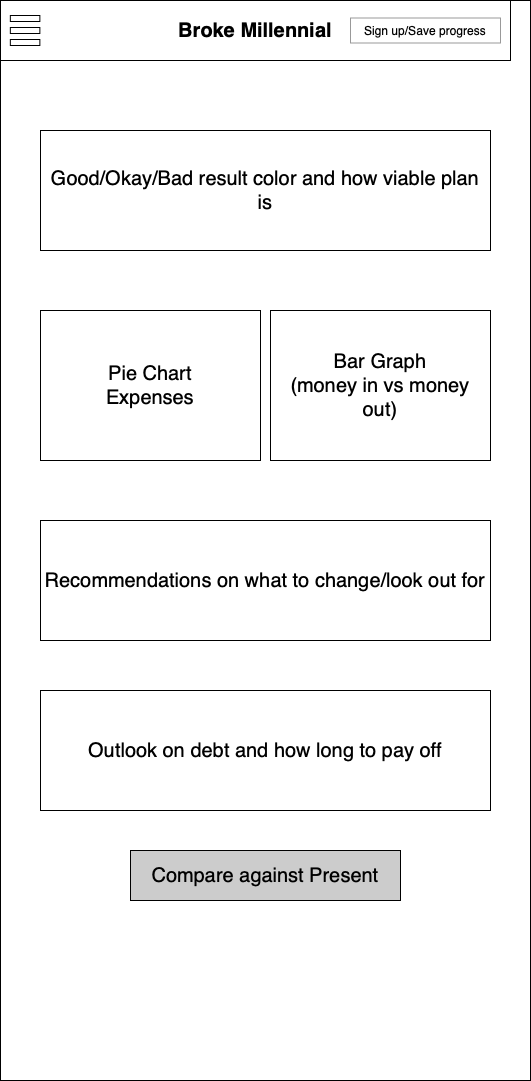
Before: ux-design/Present_Results.png, a diagram exported from draw.io (software-assignments-spring2021/spring-2020-cruel-badger). Source tidied: cells renumbered, new cells last; positions are measured from the earlier drawing's top-left corner, leaving out a move shared by most shapes. Source of this version:
```xml
<mxGraphModel>
  <root>
    <mxCell id="0" />
    <mxCell id="1" parent="0" />
    <mxCell id="2" style="rounded=0;whiteSpace=wrap;html=1;verticalAlign=middle;" parent="1" vertex="1">
      <mxGeometry width="530" height="1080" as="geometry" />
    </mxCell>
    <mxCell id="3" value="&lt;b&gt;&lt;font style=&quot;font-size: 20px&quot;&gt;Broke Millennial&lt;br&gt;&lt;/font&gt;&lt;/b&gt;" style="rounded=0;whiteSpace=wrap;html=1;" parent="1" vertex="1">
      <mxGeometry width="510" height="60" as="geometry" />
    </mxCell>
    <mxCell id="4" style="group;" parent="1" vertex="1">
      <mxGeometry x="9.8" y="15" width="29.5" height="30" as="geometry" />
    </mxCell>
    <mxCell id="5" style="rounded=0;whiteSpace=wrap;html=1;fontSize=20;" parent="4" vertex="1">
      <mxGeometry width="29.5" height="6" as="geometry" />
    </mxCell>
    <mxCell id="6" style="rounded=0;whiteSpace=wrap;html=1;fontSize=20;" parent="4" vertex="1">
      <mxGeometry y="12" width="29.5" height="6" as="geometry" />
    </mxCell>
    <mxCell id="7" style="rounded=0;whiteSpace=wrap;html=1;fontSize=20;" parent="4" vertex="1">
      <mxGeometry y="24" width="29.5" height="6" as="geometry" />
    </mxCell>
    <mxCell id="8" value="&lt;font style=&quot;font-size: 12px&quot;&gt;Sign up/Save progress&lt;/font&gt;" style="rounded=0;whiteSpace=wrap;html=1;fontSize=20;verticalAlign=bottom;strokeColor=#999999;" parent="1" vertex="1">
      <mxGeometry x="350" y="17.5" width="150" height="25" as="geometry" />
    </mxCell>
    <mxCell id="9" value="Good/Okay/Bad result color and how viable plan is" style="rounded=0;whiteSpace=wrap;html=1;fontSize=20;" parent="1" vertex="1">
      <mxGeometry x="40" y="130" width="450" height="120" as="geometry" />
    </mxCell>
    <mxCell id="10" value="Recommendations on what to change/look out for" style="rounded=0;whiteSpace=wrap;html=1;fontSize=20;" parent="1" vertex="1">
      <mxGeometry x="40" y="520" width="450" height="120" as="geometry" />
    </mxCell>
    <mxCell id="11" value="Pie Chart&lt;br&gt;Expenses" style="rounded=0;whiteSpace=wrap;html=1;fontSize=20;" parent="1" vertex="1">
      <mxGeometry x="40" y="310" width="220" height="150" as="geometry" />
    </mxCell>
    <mxCell id="12" value="Bar Graph&lt;br&gt;(money in vs money out)" style="rounded=0;whiteSpace=wrap;html=1;fontSize=20;" parent="1" vertex="1">
      <mxGeometry x="270" y="310" width="220" height="150" as="geometry" />
    </mxCell>
    <mxCell id="13" value="Outlook on debt and how long to pay off" style="rounded=0;whiteSpace=wrap;html=1;fontSize=20;" parent="1" vertex="1">
      <mxGeometry x="40" y="690" width="450" height="120" as="geometry" />
    </mxCell>
    <mxCell id="14" value="Compare against Present" style="rounded=0;whiteSpace=wrap;html=1;fontSize=20;fillColor=#CCCCCC;" parent="1" vertex="1">
      <mxGeometry x="130" y="850" width="270" height="50" as="geometry" />
    </mxCell>
  </root>
</mxGraphModel>
```
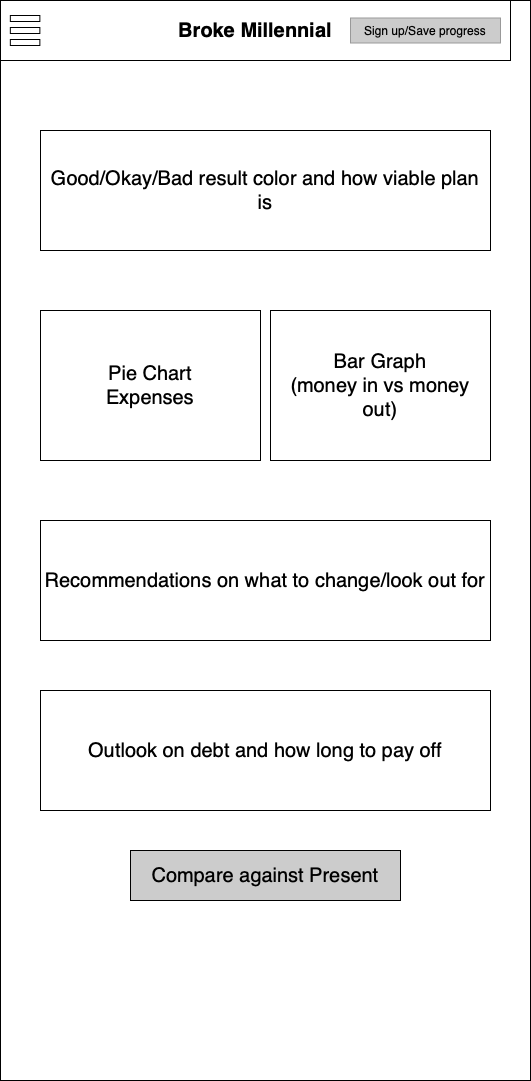
Later version of the same file.

Commit message:
present results updated

Diff of the diagram source:
```diff
@@ -20,7 +20,7 @@
     <mxCell id="7" style="rounded=0;whiteSpace=wrap;html=1;fontSize=20;" parent="4" vertex="1">
       <mxGeometry y="24" width="29.5" height="6" as="geometry" />
     </mxCell>
-    <mxCell id="8" value="&lt;font style=&quot;font-size: 12px&quot;&gt;Sign up/Save progress&lt;/font&gt;" style="rounded=0;whiteSpace=wrap;html=1;fontSize=20;verticalAlign=bottom;strokeColor=#999999;" parent="1" vertex="1">
+    <mxCell id="8" value="&lt;font style=&quot;font-size: 12px&quot;&gt;Sign up/Save progress&lt;/font&gt;" style="rounded=0;whiteSpace=wrap;html=1;fontSize=20;verticalAlign=bottom;strokeColor=#999999;fillColor=#CCCCCC;" parent="1" vertex="1">
       <mxGeometry x="350" y="17.5" width="150" height="25" as="geometry" />
     </mxCell>
     <mxCell id="9" value="Good/Okay/Bad result color and how viable plan is" style="rounded=0;whiteSpace=wrap;html=1;fontSize=20;" parent="1" vertex="1">
```
